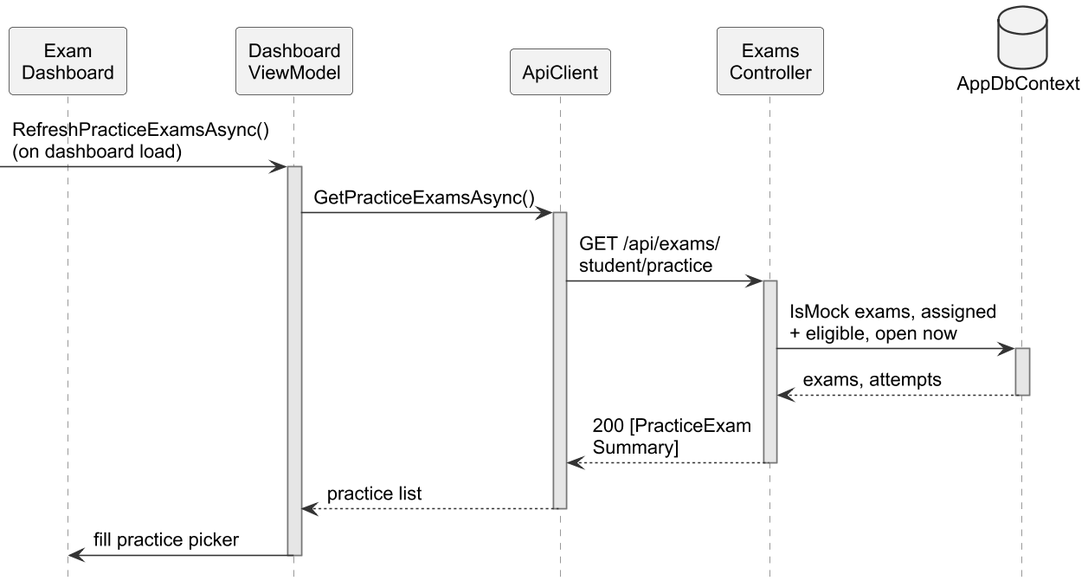
Haiderali27-hub/AI-Lab-Monitoring- keeps this PlantUML diagram as important docs/fyp_doc_3chatp/Figures/seq_readiness.png. Above is the earlier version. Its source is kept beside it as important docs/fyp_doc_3chatp/Figures/src/seq_readiness.puml.
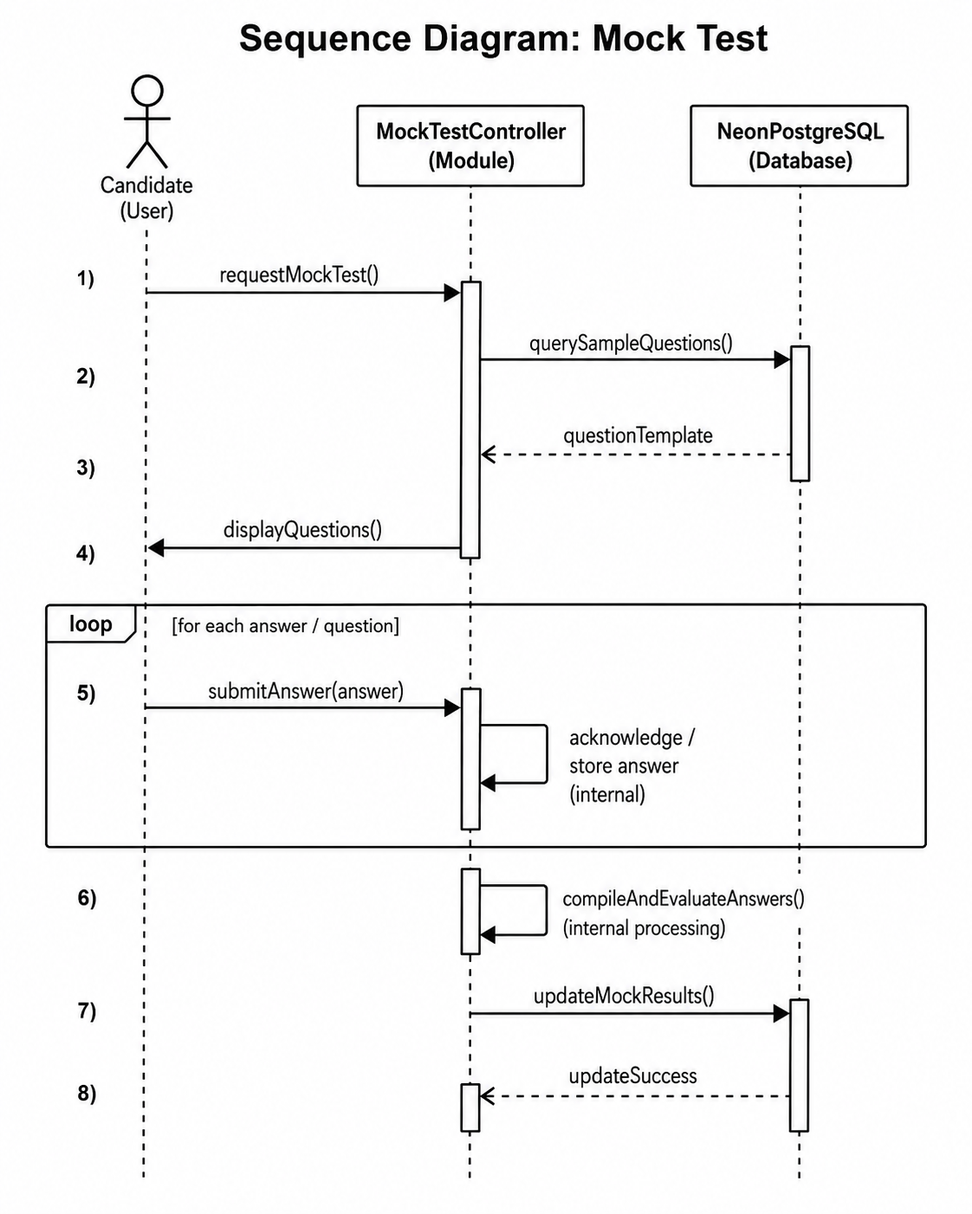
Above is the later version.

What changed in the source:
```diff
@@ -6,35 +6,31 @@
 hide unlinked
 skinparam ParticipantPadding 2
 skinparam BoxPadding 0
-skinparam maxMessageSize 200
 skinparam sequence {
   MessageAlign left
   LifeLineBackgroundColor #E6E6E6
 }
 
-actor Student
 participant "Exam\nDashboard" as UI
-participant "Exam\nWindow" as EW
 participant "Dashboard\nViewModel" as VM
 participant "ApiClient" as API
 participant "Exams\nController" as EC
 database "AppDbContext" as DB
 
-[-> VM : RefreshPracticeExamsAsync()\n(on dashboard load)
+[-> VM : dashboard loads
 activate VM
-VM -> API : GetPracticeExamsAsync()
+VM -> API : get practice exams
 activate API
-API -> EC : GET /api/exams/\nstudent/practice
+API -> EC : GET practice list
 activate EC
-EC -> DB : IsMock exams, assigned\n+ eligible, open now
+EC -> DB : open practice exams\nfor this student
 activate DB
 DB --> EC : exams, attempts
 deactivate DB
-EC --> API : 200 [PracticeExam\nSummary]
+EC --> API : practice list
 deactivate EC
-API --> VM : practice list
+API --> VM : list
 deactivate API
 VM -> UI : fill practice picker
 deactivate VM
-
 @enduml
```
